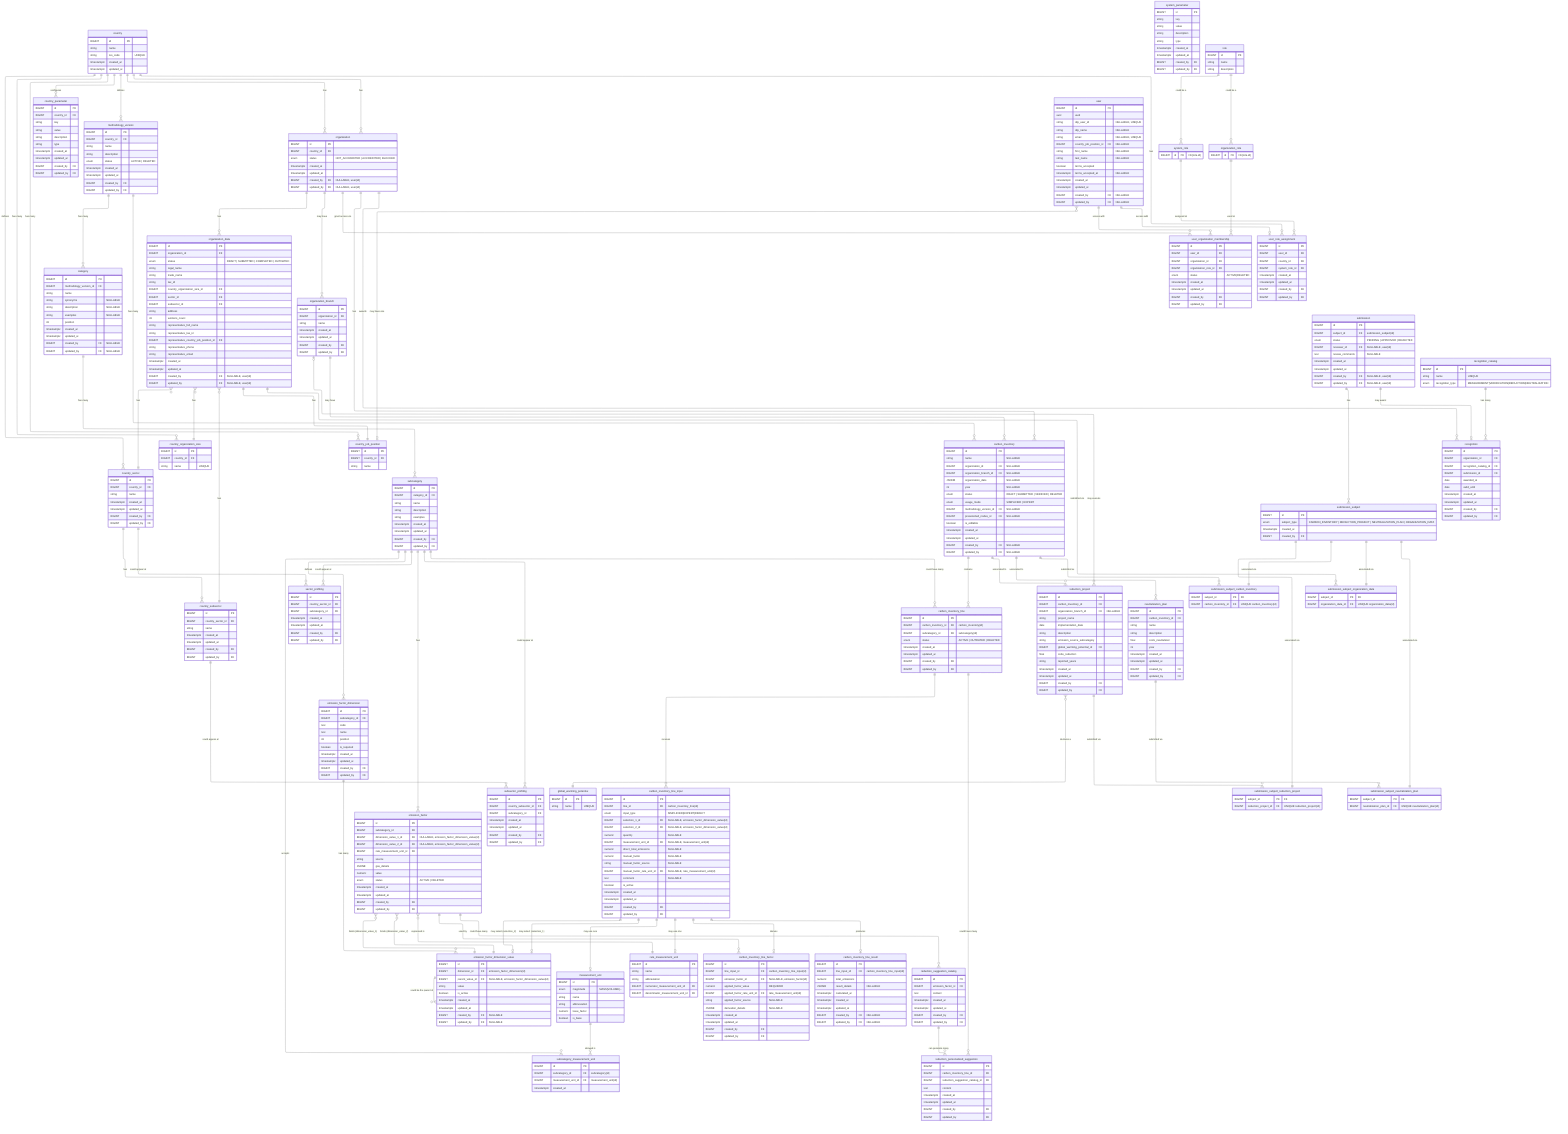
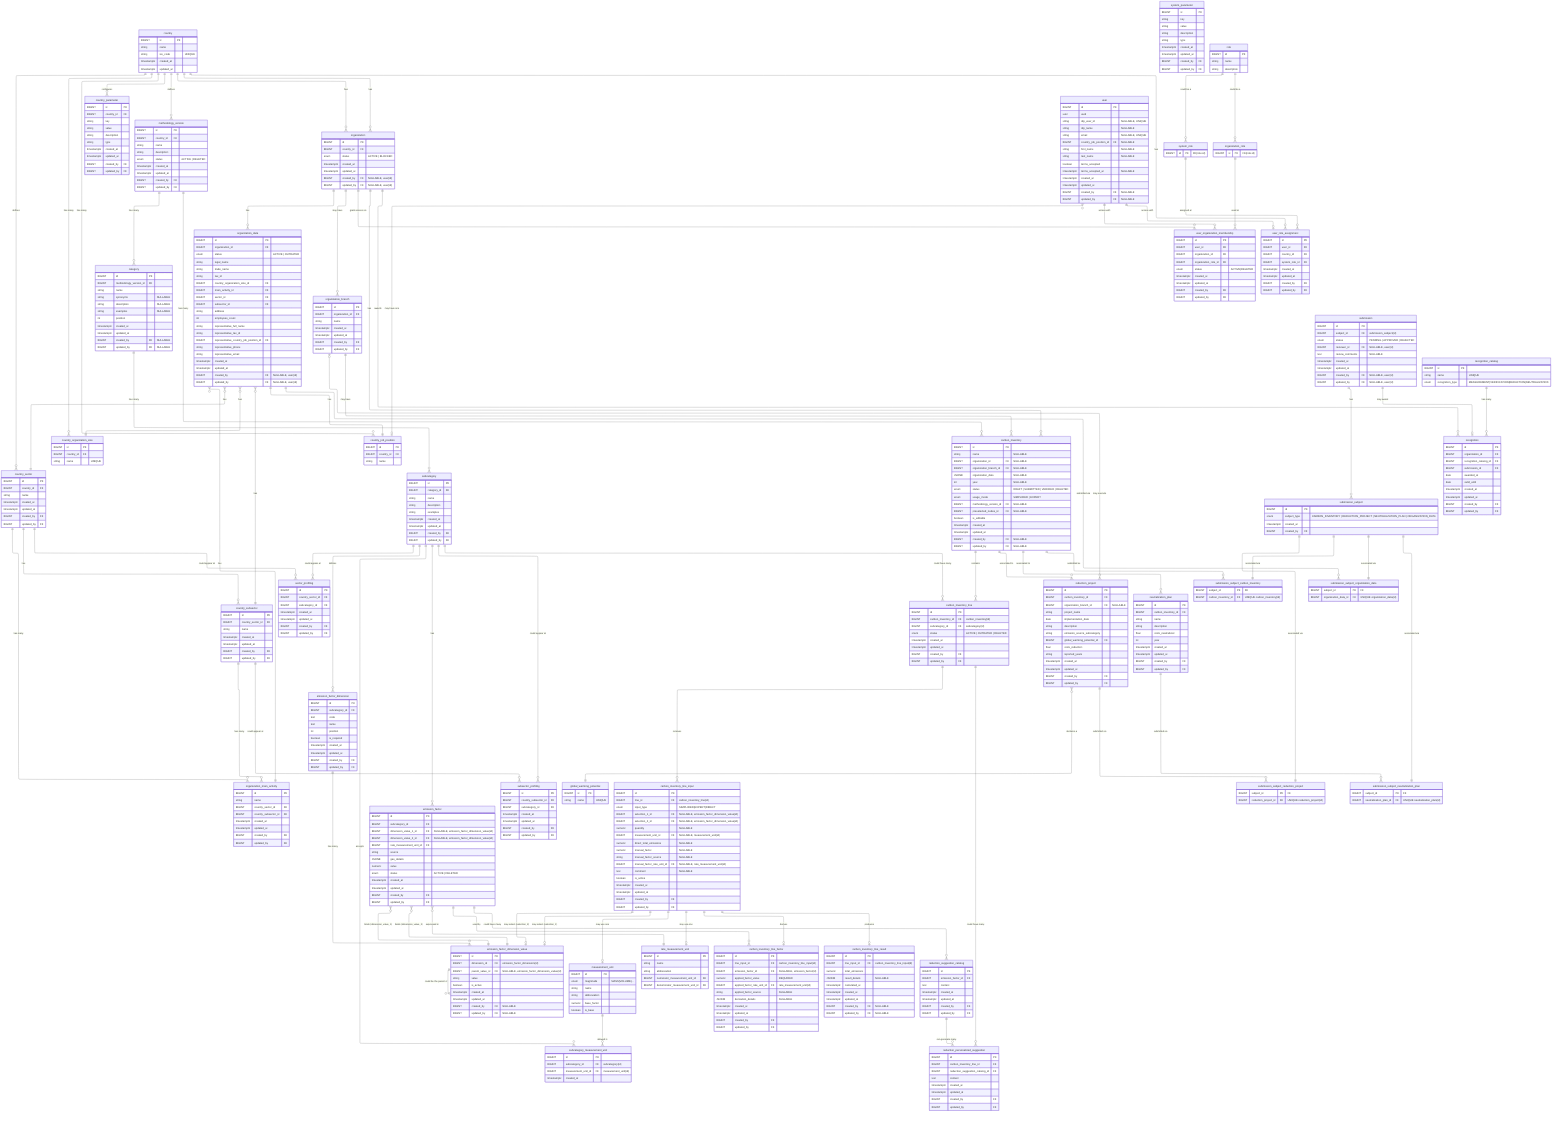
---
config:
  layout: elk
---
erDiagram
	direction TB

	%% ============================================================
	%% Design Principles
	%% ============================================================

	%% 🔷 Core Modeling Principles
	%% 	1.	Each table has a single, well-defined responsibility
	%% Tables are designed to represent one concept only (e.g. configuration, input, result, workflow), avoiding mixed concerns.

	%% 	2.	Relationships reflect real business rules, not just foreign keys
	%% Cardinalities and optionality are chosen to express domain constraints, not merely technical implementation details.

	%% 	3.	Nullability is intentional and meaningful
	%% Nullable fields indicate valid domain states (e.g. optional associations, draft data), not incomplete design.

	%% ⸻

	%% 🔷 Configuration & Reference Data
	%% 	4.	Reference data is normalized and centralized
	%% Shared concepts (statuses, units, potentials) are defined once and reused across the system.

	%% 	5.	Volatile enums are modeled as tables, not database ENUMs
	%% Any value expected to evolve (statuses, workflows) is stored in catalog tables to avoid schema migrations.

	%% 	6.	Stable physical concepts may use ENUMs
	%% Concepts that are scientifically stable (e.g. unit magnitude, usage mode) may use database ENUMs for safety and clarity.

	%% ⸻

	%% 🔷 Methodology & Emission Factors

	%% 	7.	Methodology is versioned and country-scoped
	%% All categories, subcategories, and factors belong to a specific methodology version tied to a country.

	%% 	8.	Emission factors are defined by standardized dimensions, not free text
	%% User selections and factor matching are driven by normalized dimension values to ensure consistency and correctness.

	%% 	9.	Dimension cardinality reflects domain reality, not generic flexibility
	%% Emission factors support up to two dimensions by design, matching current methodology requirements and admin workflows.

	%% 	10.	Administrative workflows are hierarchical and sequential
	%% New entities are created top-down (category → subcategory → dimension → value → factor), enforcing consistency at each level.

	%% ⸻

	%% 🔷 Inventory & Calculation

	%% 	11.	Input, factor selection, and results are modeled as separate concerns
	%% User input, factor derivation, and calculated results are stored in distinct tables for clarity and auditability.

	%% 	12.	Results are always derived from immutable input snapshots
	%% Calculated emissions reference the exact input used, ensuring reproducibility even if inputs change later.

	%% 	13.	Historical data is preserved; updates create new versions
	%% Changes do not overwrite previous data but create new records, maintaining a complete audit trail.

	%% ⸻

	%% 🔷 Workflow & Submissions

	%% 	14.	Workflows are modeled as data, not booleans
	%% Submissions, approvals, and recognitions are represented explicitly rather than inferred from flags.

	%% 	15.	Polymorphism is handled via explicit subject tables
	%% Submissions reference a generic subject entity with concrete subtype tables, avoiding nullable polymorphic foreign keys.

	%% 	16.	Recognitions are awarded based on submissions, not raw entities
	%% This ensures all awards are traceable to a validated review process.

	%% ⸻

	%% 🔷 Audit & Governance

	%% 	17.	Audit fields are applied based on responsibility and mutability
	%% Operational tables are auditable; reference and system-owned tables may omit audit fields by design.

	%% 	18.	System-generated data does not pretend to have an author
	%% Automatically calculated results record timestamps but not created_by or updated_by.

	%% 	19.	Database constraints enforce correctness wherever possible
	%% Uniqueness, consistency, and invariants are enforced at the database level rather than relying solely on application logic.


	%% ⸻

	%% 🔷 Evolution & Maintainability

	%% 	20.	Design favors clarity and correctness over premature generalization
	%% Flexibility is introduced only when driven by real domain requirements, not hypothetical future use cases.

	%% 	21.	Future extensions are possible without breaking existing data
	%% The model anticipates evolution (e.g. new methodologies, new workflows) while keeping current usage simple and explicit.

	%% ⸻

	%% These principles are intentional.
	%% Changes to the model should preserve these invariants unless there is a clear domain-driven reason to evolve them.

	%% ============================================================
	%% 🟦 Country & configuration (7)
	%% ============================================================

	country {
		BIGINT id PK ""
		string name  ""
		string iso_code "UNIQUE"
		timestamptz created_at  ""
		timestamptz updated_at  ""
	}

	country_parameter {
		BIGINT id PK ""
		BIGINT country_id FK ""
		string key  ""
		string value  ""
		string description  ""
		string type  ""
		timestamptz created_at  ""
		timestamptz updated_at  ""
		BIGINT created_by FK ""
		BIGINT updated_by FK ""
	}

	system_parameter {
		BIGINT id PK ""
		string key  ""
		string value  ""
		string description  ""
		string type  ""
		timestamptz created_at  ""
		timestamptz updated_at  ""
		BIGINT created_by FK ""
		BIGINT updated_by FK ""
	}

	country_sector {
		BIGINT id PK ""
		BIGINT country_id FK ""
		string name  ""
		timestamptz created_at  ""
		timestamptz updated_at  ""
		BIGINT created_by FK ""
		BIGINT updated_by FK ""
	}

	country_subsector {
		BIGINT id PK ""
		BIGINT country_sector_id FK ""
		string name  ""
		timestamptz created_at  ""
		timestamptz updated_at  ""
		BIGINT created_by FK ""
		BIGINT updated_by FK ""
	}

	country_organization_size {
		BIGINT id PK ""
		BIGINT country_id FK ""
		string name  "UNIQUE"
+ 	}
+ 
+ 	organization_main_activity {
+ 		BIGINT id PK ""
+ 		string name ""
+ 		BIGINT country_sector_id FK ""
+ 		BIGINT country_subsector_id FK ""
+ 		timestamptz created_at ""
+ 		timestamptz updated_at ""
+ 		BIGINT created_by FK ""
+ 		BIGINT updated_by FK ""
	}

	country_job_position {
		BIGINT id PK ""
		BIGINT country_id FK ""
		string name  ""
	}

	%% ============================================================
	%% 🟩 Methodology & factors (10)
	%% ============================================================

	methodology_version {
		BIGINT id PK ""
		BIGINT country_id FK ""
		string name  ""
		string description  ""
		enum status "ACTIVE | DELETED"
		timestamptz created_at  ""
		timestamptz updated_at  ""
		BIGINT created_by FK ""
		BIGINT updated_by FK ""
		%% Enforce via trigger at most 1 active per country
	}

	category {
		BIGINT id PK ""
		BIGINT methodology_version_id FK ""
		string name  ""
		%% just for displaying
		string synonyms "NULLABLE"
		%% just for displaying
		string description "NULLABLE"
		%% just for displaying
		string examples "NULLABLE"
		%% Position must be > 0 (enforced by DB CHECK constraint)
		int position ""
		timestamptz created_at  ""
		timestamptz updated_at  ""
		BIGINT created_by FK "NULLABLE"
		BIGINT updated_by FK "NULLABLE"
		%% UNIQUE(methodology_version_id, name)
		%% UNIQUE(methodology_version_id, position)
	}

	subcategory {
		BIGINT id PK ""
		BIGINT category_id FK ""
		string name  ""
		%% just for displaying
		string description  ""
		%% just for displaying
		string examples ""
		timestamptz created_at  ""
		timestamptz updated_at  ""
		BIGINT created_by FK ""
		BIGINT updated_by FK ""
	}

	emission_factor_dimension {
		BIGINT id PK ""
		BIGINT subcategory_id FK ""
		%% Like: FUEL_GROUP, FUEL_TYPE, GAS_TYPE
		text code ""
		%% Like: Tipo de combustible, Tipo de gas
		text name ""
		%% Like: 1, 2, 3 (order in UI & logic)
		int position ""
		boolean is_required ""
		timestamptz created_at  ""
		timestamptz updated_at  ""
		BIGINT created_by FK ""
		BIGINT updated_by FK ""
		%% UNIQUE(subcategory_id, position),
		%% UNIQUE(subcategory_id, code)
	}

	emission_factor_dimension_value {
		BIGINT id PK ""
		BIGINT dimension_id FK "emission_factor_dimension(id)"
		BIGINT parent_value_id FK "NULLABLE, emission_factor_dimension_value(id)"
		%% Like: Natural gas, Diesel, Kerosene, etc
		string value ""
		boolean is_active ""
		timestamptz created_at  ""
		timestamptz updated_at  ""
		BIGINT created_by FK "NULLABLE"
		BIGINT updated_by FK "NULLABLE"
		%% UNIQUE(dimension_id, value)
	}

	emission_factor {
		BIGINT id PK ""
		BIGINT subcategory_id FK ""
		%% Emission factors currently support up to two dimensions via fixed columns.
		%% A binding table was considered for unbounded dimensions but intentionally not used to keep queries and constraints simple.
		BIGINT dimension_value_1_id FK "NULLABLE, emission_factor_dimension_value(id)"
		BIGINT dimension_value_2_id FK "NULLABLE, emission_factor_dimension_value(id)"
		BIGINT rate_measurement_unit_id FK ""
		string source  ""
		JSONB gas_details ""
		numeric value  ""
		enum status "ACTIVE | DELETED"
		timestamptz created_at  ""
		timestamptz updated_at  ""
		BIGINT created_by FK ""
		BIGINT updated_by FK ""
		%% Enforce UNIQUE (subcategory_id, dimension_value_1_id, dimension_value_2_id) WHERE status = 'ACTIVE'
	}

	sector_profiling {
		BIGINT id PK ""
		BIGINT country_sector_id FK ""
		BIGINT subcategory_id FK ""
		timestamptz created_at  ""
		timestamptz updated_at  ""
		BIGINT created_by FK ""
		BIGINT updated_by FK ""
		%% UNIQUE(country_sector_id, subcategory_id)
	}

	subsector_profiling {
		BIGINT id PK ""
		BIGINT country_subsector_id FK ""
		BIGINT subcategory_id FK ""
		timestamptz created_at  ""
		timestamptz updated_at  ""
		BIGINT created_by FK ""
		BIGINT updated_by FK ""
		%% UNIQUE(country_subsector_id, subcategory_id)
	}

	measurement_unit {
		BIGINT id PK ""
		enum magnitude  "MASS|VOLUME|..."
		string name  ""
		string abbreviation  ""
		numeric base_factor  ""
		boolean is_base  ""
		%% Enforce UNIQUE (magnitude) WHERE is_base = true
	}

	rate_measurement_unit {
		BIGINT id PK ""
		string name  ""
		string abbreviation  ""
		BIGINT numerator_measurement_unit_id FK ""
		BIGINT denominator_measurement_unit_id FK ""
	}

	subcategory_measurement_unit {
		BIGINT id PK ""
		BIGINT subcategory_id FK "subcategory(id)"
		BIGINT measurement_unit_id FK "measurement_unit(id)"
		timestamptz created_at ""
		%% UNIQUE(subcategory_id, measurement_unit_id)
	}

	global_warming_potential {
		BIGINT id PK ""
		string name "UNIQUE"
		%% AR4, AR5, etc...
	}

	%% ============================================================
	%% 🟨 Organizations & users (8)
	%% ============================================================

	organization {
		BIGINT id PK
		BIGINT country_id FK
- 		enum status "NOT_ACCREDITED | ACCREDITED | BLOCKED"
+ 		enum status "ACTIVE | BLOCKED"
		timestamptz created_at
		timestamptz updated_at
		BIGINT created_by FK "NULLABLE, user(id)"
		BIGINT updated_by FK "NULLABLE, user(id)"
  	}

	organization_data {
		BIGINT id PK
		BIGINT organization_id FK
- 		enum status "DRAFT | SUBMITTED | COMPLETED | OUTDATED"
+ 		enum status "ACTIVE | OUTDATED"

		%% organization data
		string legal_name
		string trade_name
		string tax_id
		BIGINT country_organization_size_id FK
+ 		BIGINT main_activity_id FK
		BIGINT sector_id FK
		BIGINT subsector_id FK
		string address
- 		int workers_count
+ 		int employees_count

		%% representative data
		string representative_full_name
		string representative_tax_id
		BIGINT representative_country_job_position_id FK
		string representative_phone
		string representative_email

		timestamptz created_at
		timestamptz updated_at
		BIGINT created_by FK "NULLABLE, user(id)"
		BIGINT updated_by FK "NULLABLE, user(id)"
	}

	organization_branch {
		BIGINT id PK ""
		BIGINT organization_id FK ""
		string name  ""
		timestamptz created_at  ""
		timestamptz updated_at  ""
		BIGINT created_by FK ""
		BIGINT updated_by FK ""
	}

	user {
		BIGINT id PK ""
		uuid uuid  ""
		string idp_user_id "NULLABLE, UNIQUE"
		string idp_name "NULLABLE"
		string email  "NULLABLE, UNIQUE"
		BIGINT country_job_position_id FK "NULLABLE"
		string first_name "NULLABLE"
		string last_name "NULLABLE"
		boolean terms_accepted ""
		timestamptz terms_accepted_at "NULLABLE"
		timestamptz created_at  ""
		timestamptz updated_at  ""
		BIGINT created_by FK "NULLABLE"
		BIGINT updated_by FK "NULLABLE"
	}

	%% abstract parent table
	role {
		BIGINT id PK ""
		string name ""
		string description ""
	}

	system_role {
		BIGINT id PK "FK(role.id)"
	}

	organization_role {
		BIGINT id PK "FK(role.id)"
	}


	user_organization_membership {
		BIGINT id PK ""
		BIGINT user_id FK ""
		BIGINT organization_id FK ""
		BIGINT organization_role_id FK ""
		enum status "ACTIVE|DELETED"
		timestamptz created_at  ""
		timestamptz updated_at  ""
		BIGINT created_by FK ""
		BIGINT updated_by FK ""
		%% UNIQUE(user_id, organization_id, organization_role_id)
	}

	user_role_assignment {
		BIGINT id PK ""
		BIGINT user_id FK ""
		BIGINT country_id FK ""
		BIGINT system_role_id FK ""
		timestamptz created_at  ""
		timestamptz updated_at  ""
		BIGINT created_by FK ""
		BIGINT updated_by FK ""
		%% UNIQUE(user_id, country_id, system_role_id)
	}

	%% ============================================================
	%% 🟧 Inventory & calculation (9)
	%% ============================================================

	%% organization & organization_branch will be NULL when user does not belong to any org.
	carbon_inventory {
		BIGINT id PK ""
		string name "NULLABLE"
		BIGINT organization_id FK "NULLABLE"
		BIGINT organization_branch_id FK "NULLABLE"
		JSONB organization_data "NULLABLE"
		int year "NULLABLE"
		enum status "DRAFT | SUBMITTED | VERIFIED | DELETED"
		enum usage_mode "SIMPLIFIED | EXPERT"
		BIGINT methodology_version_id FK "NULLABLE"
		BIGINT preselected_nodes_id FK "NULLABLE"
		boolean is_editable ""
		timestamptz created_at  ""
		timestamptz updated_at  ""
		BIGINT created_by FK "NULLABLE"
		BIGINT updated_by FK "NULLABLE"
	}

	%% A "line" represents what is being measured (subcategory) for a given inventory.
	%% We do not store quantities/factors/selections here. It's the anchor.
	carbon_inventory_line {
		BIGINT id PK ""
		BIGINT carbon_inventory_id FK "carbon_inventory(id)"
		BIGINT subcategory_id FK "subcategory(id)"
		enum status "ACTIVE | OUTDATED | DELETED"
		timestamptz created_at  ""
		timestamptz updated_at  ""
		BIGINT created_by FK ""
		BIGINT updated_by FK ""
	}

	carbon_inventory_line_input {
		BIGINT id PK ""
		BIGINT line_id FK "carbon_inventory_line(id)"
		enum input_type "SIMPLIFIED|EXPERT|DIRECT"

		%% the "dimension selections" (more on dimension standardization in section 4)
		BIGINT selection_1_id FK "NULLABLE, emission_factor_dimension_value(id)"
		BIGINT selection_2_id FK "NULLABLE, emission_factor_dimension_value(id)"

		numeric quantity "NULLABLE"
		BIGINT measurement_unit_id FK "NULLABLE, measurement_unit(id)"

		%% For DIRECT mode:
		numeric direct_total_emissions "NULLABLE"

		%% For EXPERT mode:
		numeric manual_factor "NULLABLE"
		string manual_factor_source "NULLABLE"
		BIGINT manual_factor_rate_unit_id FK "NULLABLE, rate_measurement_unit(id)"

		text comment "NULLABLE"
		boolean is_active ""
		timestamptz created_at  ""
		timestamptz updated_at  ""
		BIGINT created_by FK ""
		BIGINT updated_by FK ""
		%% Enforce only one active input per line: UNIQUE(line_id) WHERE is_active = true
	}

	%% This stores "what factor did we use, after conversions, and why" so results are reproducible.
	carbon_inventory_line_factor {
		BIGINT id PK ""
		BIGINT line_input_id FK "carbon_inventory_line_input(id)"

		%% chosen factor: either from catalog (simplified) or null for expert/direct
		BIGINT emission_factor_id FK "NULLABLE, emission_factor(id)"

		%% normalized factor actually used in the computation (post-conversion)
		%% REQUIRED: Must always be present for result reproducibility
		numeric applied_factor_value "REQUIRED"
		BIGINT applied_factor_rate_unit_id FK "rate_measurement_unit(id)"
		string applied_factor_source "NULLABLE"

		%% optionally store a JSON blob explaining conversion steps for auditability
		JSONB derivation_details "NULLABLE"

		timestamptz created_at  ""
		timestamptz updated_at  ""
		BIGINT created_by FK ""
		BIGINT updated_by FK ""
		%% Enforce 1 factor row per input: UNIQUE(line_input_id)
	}

	carbon_inventory_line_result {
		BIGINT id PK ""
		BIGINT line_input_id FK "carbon_inventory_line_input(id)"
		numeric total_emissions ""
		%% optionally store breakdown: per-gas, CO2e, etc.
		JSONB result_details "NULLABLE"
		timestamptz calculated_at ""
		timestamptz created_at  ""
		timestamptz updated_at  ""
		BIGINT created_by FK "NULLABLE"
		BIGINT updated_by FK "NULLABLE"
		%% Ensure 1 result per input: UNIQUE(line_input_id)
	}

	reduction_suggestion_catalog {
		BIGINT id PK ""
		BIGINT emission_factor_id FK ""
		text content  ""
		timestamptz created_at  ""
		timestamptz updated_at  ""
		BIGINT created_by FK ""
		BIGINT updated_by FK ""
	}

	%% We plan to create these suggestion with AI
	reduction_personalized_suggestion {
		BIGINT id PK ""
		BIGINT carbon_inventory_line_id FK ""
		BIGINT reduction_suggestion_catalog_id FK ""
		text content  ""
		timestamptz created_at  ""
		timestamptz updated_at  ""
		BIGINT created_by FK ""
		BIGINT updated_by FK ""
	}

	reduction_project {
		BIGINT id PK ""
		BIGINT carbon_inventory_id FK ""
		BIGINT organization_branch_id FK "NULLABLE"
		string project_name  ""
		date implementation_date  ""
		string description  ""
		string emission_source_subcategory  ""
		BIGINT global_warming_potential_id FK ""
		float co2e_reduction  ""
		string reported_years  ""
		timestamptz created_at  ""
		timestamptz updated_at  ""
		BIGINT created_by FK ""
		BIGINT updated_by FK ""
	}

	neutralization_plan {
		BIGINT id PK ""
		BIGINT carbon_inventory_id FK ""
		string name  ""
		string description  ""
		float co2e_neutralized  ""
		int year  ""
		timestamptz created_at  ""
		timestamptz updated_at  ""
		BIGINT created_by FK ""
		BIGINT updated_by FK ""
	}

	%% ============================================================
	%% 🟥 Submissions & recognition (7)
	%% ============================================================

	%% Read the docs about the submissions model design here: https://www.notion.so/Modelo-E-R-para-Submissions-2d318d2c8901805ab8f9eed2a9d9d702?source=copy_link
	%% The data within this table is immutable once created
	submission_subject {
		BIGINT id PK ""
		enum subject_type "CARBON_INVENTORY | REDUCTION_PROJECT | NEUTRALIZATION_PLAN | ORGANIZATION_DATA"
		timestamptz created_at  ""
		BIGINT created_by FK ""
	}

	%% The data within this table is immutable once created
	submission_subject_carbon_inventory {
		BIGINT subject_id PK "FK"
		BIGINT carbon_inventory_id FK "UNIQUE carbon_inventory(id)"
	}

	%% The data within this table is immutable once created
	submission_subject_reduction_project {
		BIGINT subject_id PK "FK"
		BIGINT reduction_project_id FK "UNIQUE reduction_project(id)"
	}

	%% The data within this table is immutable once created
	submission_subject_neutralization_plan {
		BIGINT subject_id PK "FK"
		BIGINT neutralization_plan_id FK "UNIQUE neutralization_plan(id)"
	}

	%% The data within this table is immutable once created
	submission_subject_organization_data {
		BIGINT subject_id PK "FK"
		BIGINT organization_data_id FK "UNIQUE organization_data(id)"
	}

	submission {
		BIGINT id PK ""
		BIGINT subject_id FK "submission_subject(id)"
		enum status "PENDING | APPROVED | REJECTED"
		BIGINT reviewer_id FK "NULLABLE, user(id)"
		text review_comments "NULLABLE"
		timestamptz created_at  ""
		timestamptz updated_at  ""
		BIGINT created_by FK "NULLABLE, user(id)"
		BIGINT updated_by FK "NULLABLE, user(id)"
		%% UNIQUE INDEX on subject_id WHERE status IN ('PENDING', 'APPROVED')
	}

	recognition_catalog {
		BIGINT id PK ""
		string name "UNIQUE"
		enum recognition_type  "MEASUREMENT|VERIFICATION|REDUCTION|NEUTRALIZATION"
	}

	recognition {
		BIGINT id PK ""
		BIGINT organization_id FK ""
		BIGINT recognition_catalog_id FK ""
		BIGINT submission_id FK ""
		date awarded_at  ""
		date valid_until  ""
		timestamptz created_at  ""
		timestamptz updated_at  ""
		BIGINT created_by FK ""
		BIGINT updated_by FK ""
	}

	%% ============================================================
	%% Others
	%% ============================================================


%% ============================================================
%% Relationships
%% ============================================================

country
	country ||--o{ country_parameter : "configures"
	country ||--o{ country_sector : "defines"
	country ||--o{ methodology_version : "defines"
	country ||--o{ organization : "has"
	country ||--o{ user_role_assignment : "has"
	country ||--o{ country_organization_size: "has many"
	country ||--o{ country_job_position : "has many"
	country ||--o{ organization : "has"

country_sector
	country_sector ||--o{ country_subsector : "has"
	country_sector ||--o{ sector_profiling : "could appear at"
+ 	country_sector ||--o{ organization_main_activity : "has many"

country_subsector
	country_subsector ||--o{ subsector_profiling : "could appear at"
+ 	country_subsector ||--o{ organization_main_activity : "has many"

organization
	organization ||--o{ carbon_inventory : "has"
	organization ||--o{ organization_branch : "may have"
	organization ||--o{ recognition : "awards"
	organization ||--o{ user_organization_membership : "grant access via"
	organization ||--o{ organization_data : "has"

organization_data
	organization_data }o--|| country_organization_size : "has"
	organization_data }o--|| country_sector : "has"
	organization_data }o--|| country_subsector : "has"
	organization_data ||--|| country_job_position : "has"
	organization_data ||--o{ submission_subject_organization_data : "submitted via"
+ 	organization_data }o--|| organization_main_activity : "has"


organization_branch
	organization_branch |o--o{ reduction_project : "may execute"
	organization_branch ||--o{ carbon_inventory : "may have"

recognition_catalog
	recognition_catalog ||--o{ recognition  : "has many"

role
	role ||--o{ system_role : "could be a"
	role ||--o{ organization_role : "could be a"
	organization_role ||--o{ user_organization_membership : "used at"
	system_role ||--o{ user_role_assignment : "assigned at"

user
	user ||--o{ user_organization_membership : "access with"
	user }o--o| country_job_position : "may have one"
	user ||--o| user_role_assignment : "access with"

methodology_version
	methodology_version ||--o{ carbon_inventory : "has many"
	methodology_version ||--o{ category : "has many"

category
	category ||--o{ subcategory : "has many"

subcategory
	subcategory ||--o{ emission_factor_dimension: "defines"
	%% A subcategory may exist with zero emission factors:
	subcategory ||--o{ emission_factor: "has"
	subcategory ||--o{ sector_profiling: "could appear at"
	subcategory ||--o{ subsector_profiling: "could appear at"
	subcategory ||--o{ carbon_inventory_line: "could have many"
	subcategory ||--o{ subcategory_measurement_unit: "accepts"

measurement_unit
	measurement_unit ||--o{ subcategory_measurement_unit: "allowed in"

emission_factor_dimension
	emission_factor_dimension ||--o{ emission_factor_dimension_value : "has many"

emission_factor_dimension_value
	emission_factor_dimension_value ||--o{ emission_factor_dimension_value : "could be the parent of"

emission_factor
	emission_factor ||--o{ reduction_suggestion_catalog : "could have many"
	emission_factor ||--o{ carbon_inventory_line_factor : "used by"
	emission_factor }o--|| rate_measurement_unit : "expressed in"
	%% At most 2 values, depending on subcategory configuration:
	emission_factor }o--|| emission_factor_dimension_value : "binds (dimension_value_1)"
	emission_factor }o--|| emission_factor_dimension_value : "binds (dimension_value_2)"

carbon_inventory
	carbon_inventory ||--o{ carbon_inventory_line: "contains"
	carbon_inventory ||--o{ submission_subject_carbon_inventory: "submitted as"
	carbon_inventory ||--o{ neutralization_plan: "associated to"
	carbon_inventory ||--o{ reduction_project: "associated to"

carbon_inventory_line
	carbon_inventory_line ||--o{ reduction_personalized_suggestion: "could have many"
	carbon_inventory_line ||--o{ carbon_inventory_line_input: "receives"

carbon_inventory_line_input
	carbon_inventory_line_input ||--o| emission_factor_dimension_value: "may select (selection_1)"
	carbon_inventory_line_input ||--o| emission_factor_dimension_value: "may select (selection_2)"
	carbon_inventory_line_input ||--o| measurement_unit: "may use one"
	carbon_inventory_line_input ||--o| rate_measurement_unit: "may use one"
	carbon_inventory_line_input ||--o| carbon_inventory_line_factor: "derives"
	carbon_inventory_line_input ||--o| carbon_inventory_line_result: "produces"

submission_subject
	submission_subject ||--|| submission_subject_carbon_inventory : "associated via"
	submission_subject ||--|| submission_subject_reduction_project : "associated via"
	submission_subject ||--|| submission_subject_neutralization_plan : "associated via"
	submission_subject ||--|| submission_subject_organization_data : "associated via"

submission
	submission ||--o| recognition: "may award"
	submission ||--o{ submission_subject: "has"

neutralization_plan
	neutralization_plan ||--o{ submission_subject_neutralization_plan : "submitted via"

reduction_project
	reduction_project ||--o{ submission_subject_reduction_project : "submitted via"
	reduction_project }o--|| global_warming_potential : "declares a"

reduction_suggestion_catalog
	reduction_suggestion_catalog ||--o{ reduction_personalized_suggestion : "can generate many"